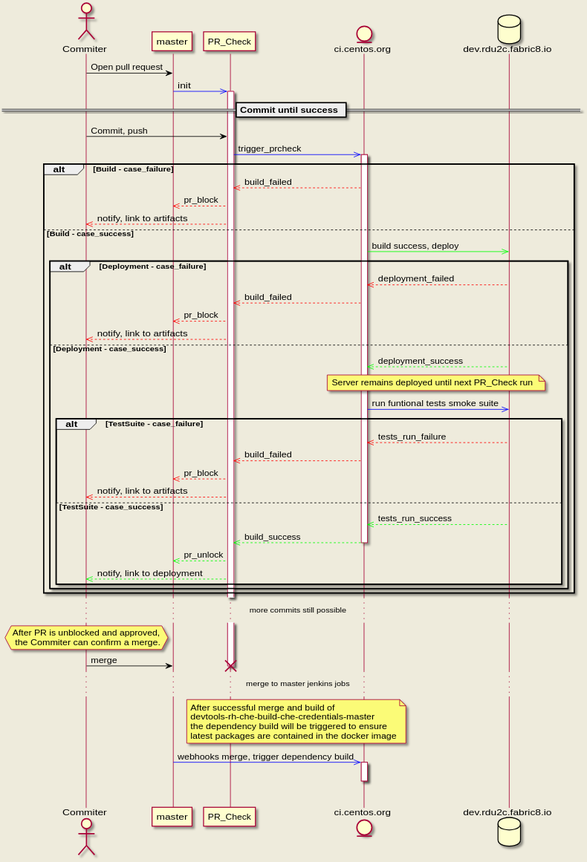
Before: documentation/rh-che-prcheck/pr_check_general_squence_diagram.svg, a diagram exported from PlantUML (redhat-developer/rh-che).
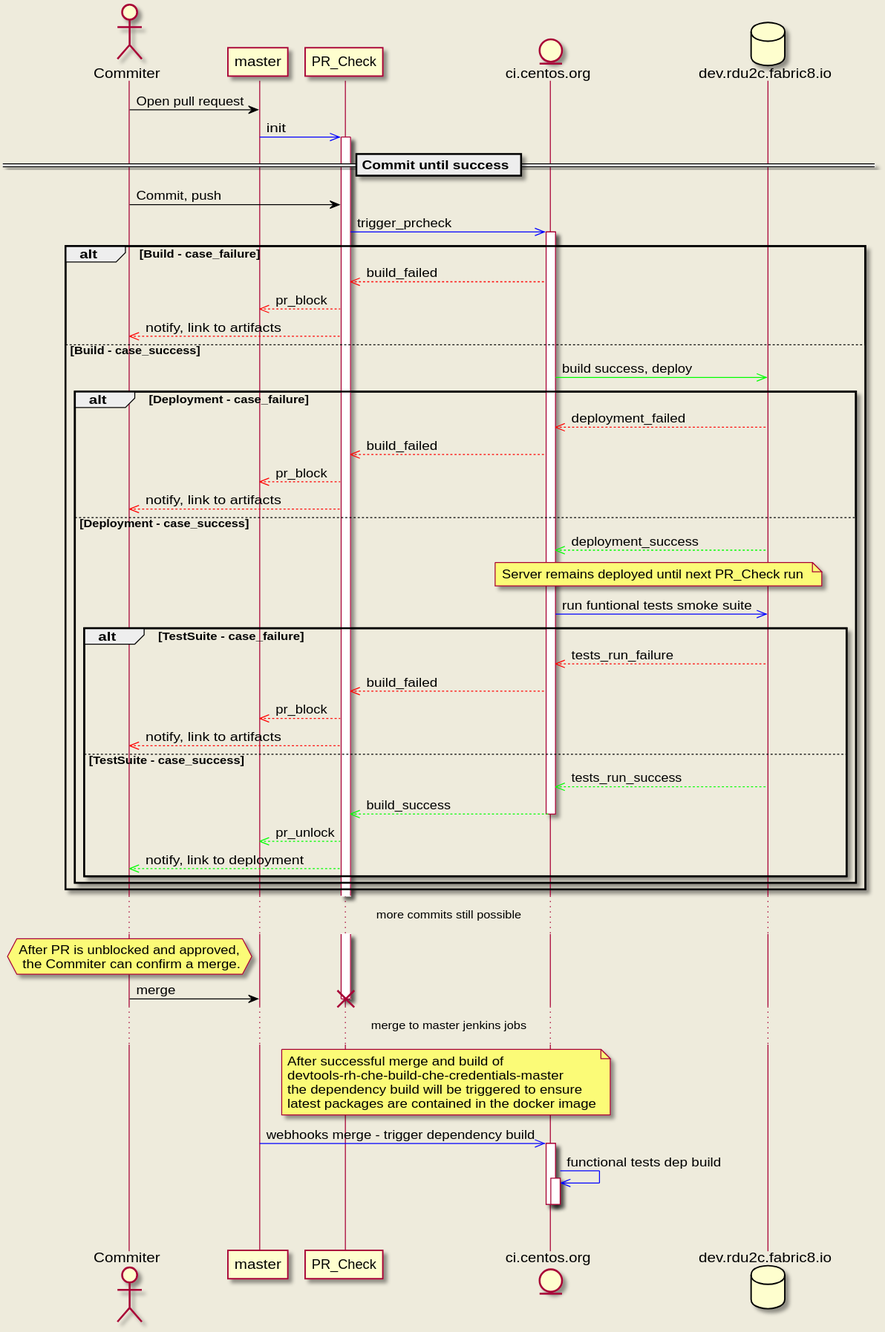
After the commit.

Change to the diagram source:
```diff
@@ -53,8 +53,11 @@
   the dependency build will be triggered to ensure
   latest packages are contained in the docker image
 end note
-master -[#00F]>> ci.centos.org : webhooks merge, trigger dependency build
+master -[#00F]>> ci.centos.org : webhooks merge - trigger dependency build
+activate ci.centos.org
+ci.centos.org -[#00F]>> ci.centos.org : functional tests dep build
 activate ci.centos.org
 |||
 deactivate ci.centos.org
+deactivate ci.centos.org
 @enduml
```
